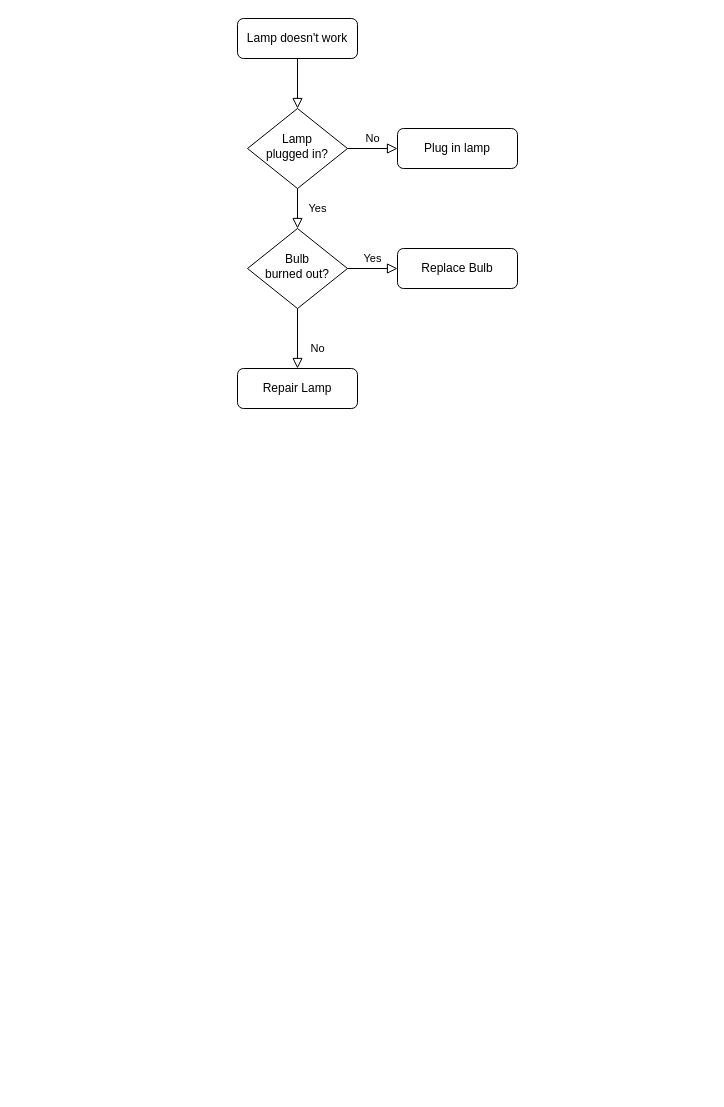
This is 双token刷新流程.drawio from CodeCsir/DrawIO, a draw.io file, before an edit. Source tidied: cells renumbered, new cells numbered last; positions are measured from the earlier drawing's top-left corner, leaving out a move shared by most shapes. Both pictures are drawn from the tidied source at 100%, with x=0, y=0 at pixel (237, 18).
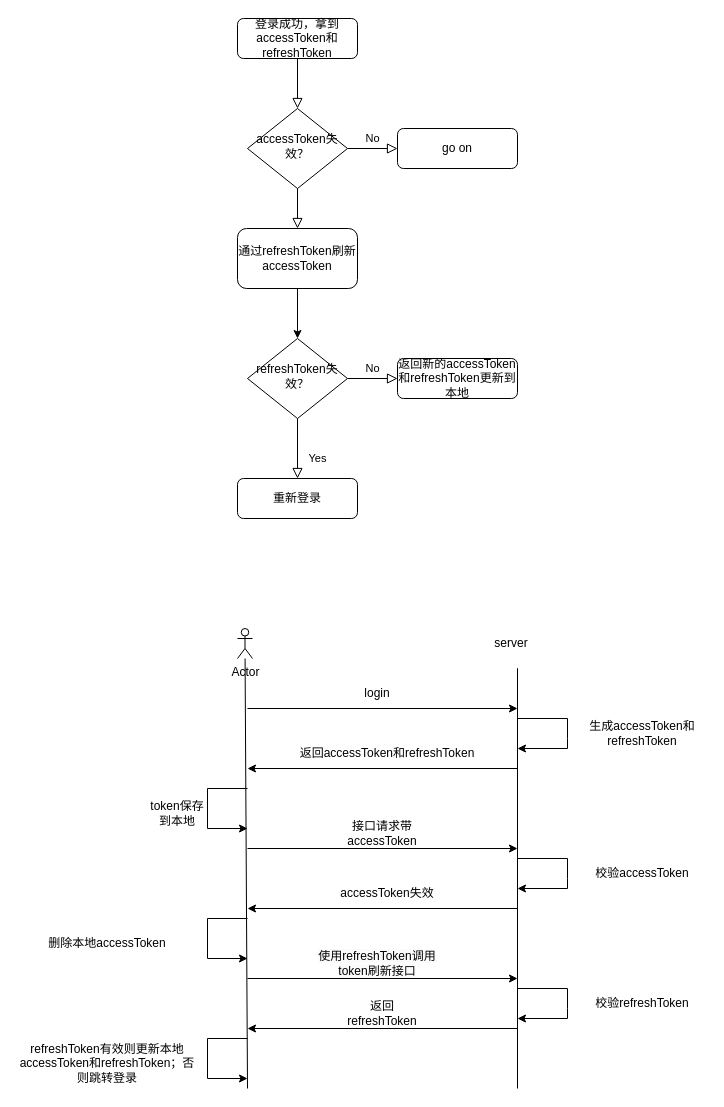
The same page after the edit.

Commit message:
更新双token刷新流程.drawio

Diff of the diagram source:
```diff
@@
-    <mxCell id="3" value="Lamp doesn't work" style="rounded=1;whiteSpace=wrap;html=1;fontSize=12;glass=0;strokeWidth=1;shadow=0;" parent="1" vertex="1">
+    <mxCell id="3" value="登录成功，拿到accessToken和refreshToken" style="rounded=1;whiteSpace=wrap;html=1;fontSize=12;glass=0;strokeWidth=1;shadow=0;" parent="1" vertex="1">
       <mxGeometry width="120" height="40" as="geometry" />
     </mxCell>
-    <mxCell id="4" value="Yes" style="rounded=0;html=1;jettySize=auto;fontSize=11;endArrow=block;endFill=0;endSize=8;strokeWidth=1;shadow=0;labelBackgroundColor=none;edgeStyle=orthogonalEdgeStyle;" parent="1" edge="1" source="6" target="10">
-      <mxGeometry y="20" relative="1" as="geometry" />
-    </mxCell>
@@
-    <mxCell id="6" value="Lamp&lt;br&gt;plugged in?" style="rhombus;whiteSpace=wrap;html=1;shadow=0;fontFamily=Helvetica;fontSize=12;align=center;strokeWidth=1;spacing=6;spacingTop=-4;" parent="1" vertex="1">
+    <mxCell id="6" value="accessToken失效？" style="rhombus;whiteSpace=wrap;html=1;shadow=0;fontFamily=Helvetica;fontSize=12;align=center;strokeWidth=1;spacing=6;spacingTop=-4;" parent="1" vertex="1">
       <mxGeometry x="10" y="90" width="100" height="80" as="geometry" />
     </mxCell>
-    <mxCell id="7" value="Plug in lamp" style="rounded=1;whiteSpace=wrap;html=1;fontSize=12;glass=0;strokeWidth=1;shadow=0;" parent="1" vertex="1">
+    <mxCell id="7" value="go on" style="rounded=1;whiteSpace=wrap;html=1;fontSize=12;glass=0;strokeWidth=1;shadow=0;" parent="1" vertex="1">
       <mxGeometry x="160" y="110" width="120" height="40" as="geometry" />
     </mxCell>
-    <mxCell id="8" value="No" style="rounded=0;html=1;jettySize=auto;fontSize=11;endArrow=block;endFill=0;endSize=8;strokeWidth=1;shadow=0;labelBackgroundColor=none;edgeStyle=orthogonalEdgeStyle;" parent="1" edge="1" source="10" target="11">
+    <mxCell id="8" value="Yes" style="rounded=0;html=1;jettySize=auto;fontSize=11;endArrow=block;endFill=0;endSize=8;strokeWidth=1;shadow=0;labelBackgroundColor=none;edgeStyle=orthogonalEdgeStyle;" parent="1" edge="1" source="10" target="11">
       <mxGeometry x="0.33" y="20" relative="1" as="geometry" />
     </mxCell>
-    <mxCell id="9" value="Yes" style="edgeStyle=orthogonalEdgeStyle;rounded=0;html=1;jettySize=auto;fontSize=11;endArrow=block;endFill=0;endSize=8;strokeWidth=1;shadow=0;labelBackgroundColor=none;" parent="1" edge="1" source="10" target="12">
+    <mxCell id="9" value="No&lt;br&gt;" style="edgeStyle=orthogonalEdgeStyle;rounded=0;html=1;jettySize=auto;fontSize=11;endArrow=block;endFill=0;endSize=8;strokeWidth=1;shadow=0;labelBackgroundColor=none;" parent="1" edge="1" source="10" target="12">
       <mxGeometry y="10" relative="1" as="geometry" />
     </mxCell>
-    <mxCell id="10" value="Bulb&lt;br&gt;burned out?" style="rhombus;whiteSpace=wrap;html=1;shadow=0;fontFamily=Helvetica;fontSize=12;align=center;strokeWidth=1;spacing=6;spacingTop=-4;" parent="1" vertex="1">
-      <mxGeometry x="10" y="210" width="100" height="80" as="geometry" />
+    <mxCell id="10" value="refreshToken失效？" style="rhombus;whiteSpace=wrap;html=1;shadow=0;fontFamily=Helvetica;fontSize=12;align=center;strokeWidth=1;spacing=6;spacingTop=-4;" parent="1" vertex="1">
+      <mxGeometry x="10" y="320" width="100" height="80" as="geometry" />
     </mxCell>
-    <mxCell id="11" value="Repair Lamp" style="rounded=1;whiteSpace=wrap;html=1;fontSize=12;glass=0;strokeWidth=1;shadow=0;" parent="1" vertex="1">
-      <mxGeometry y="350" width="120" height="40" as="geometry" />
+    <mxCell id="11" value="重新登录" style="rounded=1;whiteSpace=wrap;html=1;fontSize=12;glass=0;strokeWidth=1;shadow=0;" parent="1" vertex="1">
+      <mxGeometry y="460" width="120" height="40" as="geometry" />
     </mxCell>
-    <mxCell id="12" value="Replace Bulb" style="rounded=1;whiteSpace=wrap;html=1;fontSize=12;glass=0;strokeWidth=1;shadow=0;" parent="1" vertex="1">
-      <mxGeometry x="160" y="230" width="120" height="40" as="geometry" />
+    <mxCell id="12" value="返回新的accessToken和refreshToken更新到本地" style="rounded=1;whiteSpace=wrap;html=1;fontSize=12;glass=0;strokeWidth=1;shadow=0;" parent="1" vertex="1">
+      <mxGeometry x="160" y="340" width="120" height="40" as="geometry" />
     </mxCell>
+    <mxCell id="13" style="rounded=0;html=1;jettySize=auto;fontSize=11;endArrow=block;endFill=0;endSize=8;strokeWidth=1;shadow=0;labelBackgroundColor=none;edgeStyle=orthogonalEdgeStyle;" parent="1" edge="1" source="6" target="15">
+      <mxGeometry y="20" relative="1" as="geometry" />
+    </mxCell>
+    <mxCell id="14" style="edgeStyle=orthogonalEdgeStyle;rounded=0;jettySize=auto;html=1;" parent="1" edge="1" source="15" target="10">
+      <mxGeometry relative="1" as="geometry" />
+    </mxCell>
+    <mxCell id="15" value="通过refreshToken刷新accessToken" style="rounded=1;whiteSpace=wrap;html=1;" parent="1" vertex="1">
+      <mxGeometry y="210" width="120" height="60" as="geometry" />
+    </mxCell>
+    <mxCell id="16" style="endArrow=none;html=1;rounded=0;" parent="1" edge="1" target="17">
+      <mxGeometry relative="1" as="geometry">
+        <mxPoint x="10" y="1070" as="sourcePoint" />
+      </mxGeometry>
+    </mxCell>
+    <mxCell id="17" value="Actor" style="shape=umlActor;verticalLabelPosition=bottom;verticalAlign=top;html=1;outlineConnect=0;" parent="1" vertex="1">
+      <mxGeometry y="610" width="15" height="30" as="geometry" />
+    </mxCell>
+    <mxCell id="18" style="endArrow=none;html=1;rounded=0;" parent="1" edge="1">
+      <mxGeometry relative="1" as="geometry">
+        <mxPoint x="280" y="820" as="sourcePoint" />
+        <mxPoint x="280" y="650" as="targetPoint" />
+      </mxGeometry>
+    </mxCell>
+    <mxCell id="19" style="endArrow=none;html=1;rounded=0;" parent="1" edge="1">
+      <mxGeometry relative="1" as="geometry">
+        <mxPoint x="280" y="1070" as="sourcePoint" />
+        <mxPoint x="280" y="650" as="targetPoint" />
+      </mxGeometry>
+    </mxCell>
+    <mxCell id="20" value="server" style="text;html=1;strokeColor=none;fillColor=none;align=center;verticalAlign=middle;whiteSpace=wrap;rounded=0;" parent="1" vertex="1">
+      <mxGeometry x="244" y="610" width="60" height="30" as="geometry" />
+    </mxCell>
+    <mxCell id="21" style="endArrow=classic;html=1;rounded=0;" parent="1" edge="1">
+      <mxGeometry relative="1" as="geometry">
+        <mxPoint x="10" y="690" as="sourcePoint" />
+        <mxPoint x="280" y="690" as="targetPoint" />
+      </mxGeometry>
+    </mxCell>
+    <mxCell id="22" value="login" style="text;html=1;strokeColor=none;fillColor=none;align=center;verticalAlign=middle;whiteSpace=wrap;rounded=0;" parent="1" vertex="1">
+      <mxGeometry x="110" y="660" width="60" height="30" as="geometry" />
+    </mxCell>
+    <mxCell id="23" style="endArrow=classic;html=1;rounded=0;" parent="1" edge="1">
+      <mxGeometry relative="1" as="geometry">
+        <mxPoint x="280" y="750" as="sourcePoint" />
+        <mxPoint x="10" y="750" as="targetPoint" />
+      </mxGeometry>
+    </mxCell>
+    <mxCell id="24" value="返回accessToken和refreshToken" style="text;html=1;strokeColor=none;fillColor=none;align=center;verticalAlign=middle;whiteSpace=wrap;rounded=0;" parent="1" vertex="1">
+      <mxGeometry x="50" y="720" width="200" height="30" as="geometry" />
+    </mxCell>
+    <mxCell id="25" style="endArrow=classic;html=1;rounded=0;" parent="1" edge="1">
+      <mxGeometry relative="1" as="geometry">
+        <mxPoint x="280" y="700" as="sourcePoint" />
+        <mxPoint x="280" y="730" as="targetPoint" />
+        <Array as="points">
+          <mxPoint x="330" y="700" />
+          <mxPoint x="330" y="720" />
+          <mxPoint x="330" y="730" />
+        </Array>
+      </mxGeometry>
+    </mxCell>
+    <mxCell id="26" value="生成accessToken和refreshToken" style="text;html=1;strokeColor=none;fillColor=none;align=center;verticalAlign=middle;whiteSpace=wrap;rounded=0;" parent="1" vertex="1">
+      <mxGeometry x="340" y="700" width="130" height="30" as="geometry" />
+    </mxCell>
+    <mxCell id="27" style="endArrow=classic;html=1;rounded=0;" parent="1" edge="1">
+      <mxGeometry relative="1" as="geometry">
+        <mxPoint x="10" y="770" as="sourcePoint" />
+        <mxPoint x="10" y="810" as="targetPoint" />
+        <Array as="points">
+          <mxPoint x="-30" y="770" />
+          <mxPoint x="-30" y="810" />
+        </Array>
+      </mxGeometry>
+    </mxCell>
+    <mxCell id="28" value="token保存到本地" style="text;html=1;strokeColor=none;fillColor=none;align=center;verticalAlign=middle;whiteSpace=wrap;rounded=0;" parent="1" vertex="1">
+      <mxGeometry x="-90" y="780" width="60" height="30" as="geometry" />
+    </mxCell>
+    <mxCell id="29" style="endArrow=classic;html=1;rounded=0;" parent="1" edge="1">
+      <mxGeometry relative="1" as="geometry">
+        <mxPoint x="10" y="830" as="sourcePoint" />
+        <mxPoint x="280" y="830" as="targetPoint" />
+      </mxGeometry>
+    </mxCell>
+    <mxCell id="30" value="接口请求带accessToken" style="text;html=1;strokeColor=none;fillColor=none;align=center;verticalAlign=middle;whiteSpace=wrap;rounded=0;" parent="1" vertex="1">
+      <mxGeometry x="110" y="800" width="70" height="30" as="geometry" />
+    </mxCell>
+    <mxCell id="31" value="校验accessToken" style="text;html=1;strokeColor=none;fillColor=none;align=center;verticalAlign=middle;whiteSpace=wrap;rounded=0;" parent="1" vertex="1">
+      <mxGeometry x="340" y="840" width="130" height="30" as="geometry" />
+    </mxCell>
+    <mxCell id="32" style="endArrow=classic;html=1;rounded=0;" parent="1" edge="1">
+      <mxGeometry relative="1" as="geometry">
+        <mxPoint x="280" y="840" as="sourcePoint" />
+        <mxPoint x="280" y="870" as="targetPoint" />
+        <Array as="points">
+          <mxPoint x="330" y="840" />
+          <mxPoint x="330" y="860" />
+          <mxPoint x="330" y="870" />
+        </Array>
+      </mxGeometry>
+    </mxCell>
+    <mxCell id="33" style="endArrow=classic;html=1;rounded=0;" parent="1" edge="1">
+      <mxGeometry relative="1" as="geometry">
+        <mxPoint x="280" y="890" as="sourcePoint" />
+        <mxPoint x="10" y="890" as="targetPoint" />
+      </mxGeometry>
+    </mxCell>
+    <mxCell id="34" value="accessToken失效" style="text;html=1;strokeColor=none;fillColor=none;align=center;verticalAlign=middle;whiteSpace=wrap;rounded=0;" parent="1" vertex="1">
+      <mxGeometry x="50" y="860" width="200" height="30" as="geometry" />
+    </mxCell>
+    <mxCell id="35" value="删除本地accessToken" style="text;html=1;strokeColor=none;fillColor=none;align=center;verticalAlign=middle;whiteSpace=wrap;rounded=0;" parent="1" vertex="1">
+      <mxGeometry x="-220" y="910" width="180" height="30" as="geometry" />
+    </mxCell>
+    <mxCell id="36" style="endArrow=classic;html=1;rounded=0;" parent="1" edge="1">
+      <mxGeometry relative="1" as="geometry">
+        <mxPoint x="10" y="900" as="sourcePoint" />
+        <mxPoint x="10" y="940" as="targetPoint" />
+        <Array as="points">
+          <mxPoint x="-30" y="900" />
+          <mxPoint x="-30" y="940" />
+        </Array>
+      </mxGeometry>
+    </mxCell>
+    <mxCell id="37" value="&lt;span style=&quot;color: rgb(0, 0, 0); font-family: Helvetica; font-size: 12px; font-style: normal; font-variant-ligatures: normal; font-variant-caps: normal; font-weight: 400; letter-spacing: normal; orphans: 2; text-align: center; text-indent: 0px; text-transform: none; widows: 2; word-spacing: 0px; -webkit-text-stroke-width: 0px; background-color: rgb(251, 251, 251); text-decoration-thickness: initial; text-decoration-style: initial; text-decoration-color: initial; float: none; display: inline !important;&quot;&gt;使用refreshToken调用token刷新接口&lt;/span&gt;" style="text;html=1;strokeColor=none;fillColor=none;align=center;verticalAlign=middle;whiteSpace=wrap;rounded=0;" parent="1" vertex="1">
+      <mxGeometry x="75" y="930" width="130" height="30" as="geometry" />
+    </mxCell>
+    <mxCell id="38" style="endArrow=classic;html=1;rounded=0;" parent="1" edge="1">
+      <mxGeometry relative="1" as="geometry">
+        <mxPoint x="10" y="960" as="sourcePoint" />
+        <mxPoint x="280" y="960" as="targetPoint" />
+      </mxGeometry>
+    </mxCell>
+    <mxCell id="39" style="endArrow=classic;html=1;rounded=0;" parent="1" edge="1">
+      <mxGeometry relative="1" as="geometry">
+        <mxPoint x="280" y="970" as="sourcePoint" />
+        <mxPoint x="280" y="1000" as="targetPoint" />
+        <Array as="points">
+          <mxPoint x="330" y="970" />
+          <mxPoint x="330" y="990" />
+          <mxPoint x="330" y="1000" />
+        </Array>
+      </mxGeometry>
+    </mxCell>
+    <mxCell id="40" value="校验refreshToken" style="text;html=1;strokeColor=none;fillColor=none;align=center;verticalAlign=middle;whiteSpace=wrap;rounded=0;" parent="1" vertex="1">
+      <mxGeometry x="340" y="970" width="130" height="30" as="geometry" />
+    </mxCell>
+    <mxCell id="41" style="endArrow=classic;html=1;rounded=0;" parent="1" edge="1">
+      <mxGeometry relative="1" as="geometry">
+        <mxPoint x="280" y="1010" as="sourcePoint" />
+        <mxPoint x="10" y="1010" as="targetPoint" />
+      </mxGeometry>
+    </mxCell>
+    <mxCell id="42" value="返回&lt;br&gt;refreshToken" style="text;html=1;strokeColor=none;fillColor=none;align=center;verticalAlign=middle;whiteSpace=wrap;rounded=0;" parent="1" vertex="1">
+      <mxGeometry x="45" y="980" width="200" height="30" as="geometry" />
+    </mxCell>
+    <mxCell id="43" style="endArrow=classic;html=1;rounded=0;" parent="1" edge="1">
+      <mxGeometry relative="1" as="geometry">
+        <mxPoint x="10" y="1020" as="sourcePoint" />
+        <mxPoint x="10" y="1060" as="targetPoint" />
+        <Array as="points">
+          <mxPoint x="-30" y="1020" />
+          <mxPoint x="-30" y="1060" />
+        </Array>
+      </mxGeometry>
+    </mxCell>
+    <mxCell id="44" value="refreshToken有效则更新本地accessToken和refreshToken；否则跳转登录" style="text;html=1;strokeColor=none;fillColor=none;align=center;verticalAlign=middle;whiteSpace=wrap;rounded=0;" parent="1" vertex="1">
+      <mxGeometry x="-220" y="1030" width="180" height="30" as="geometry" />
+    </mxCell>
```
